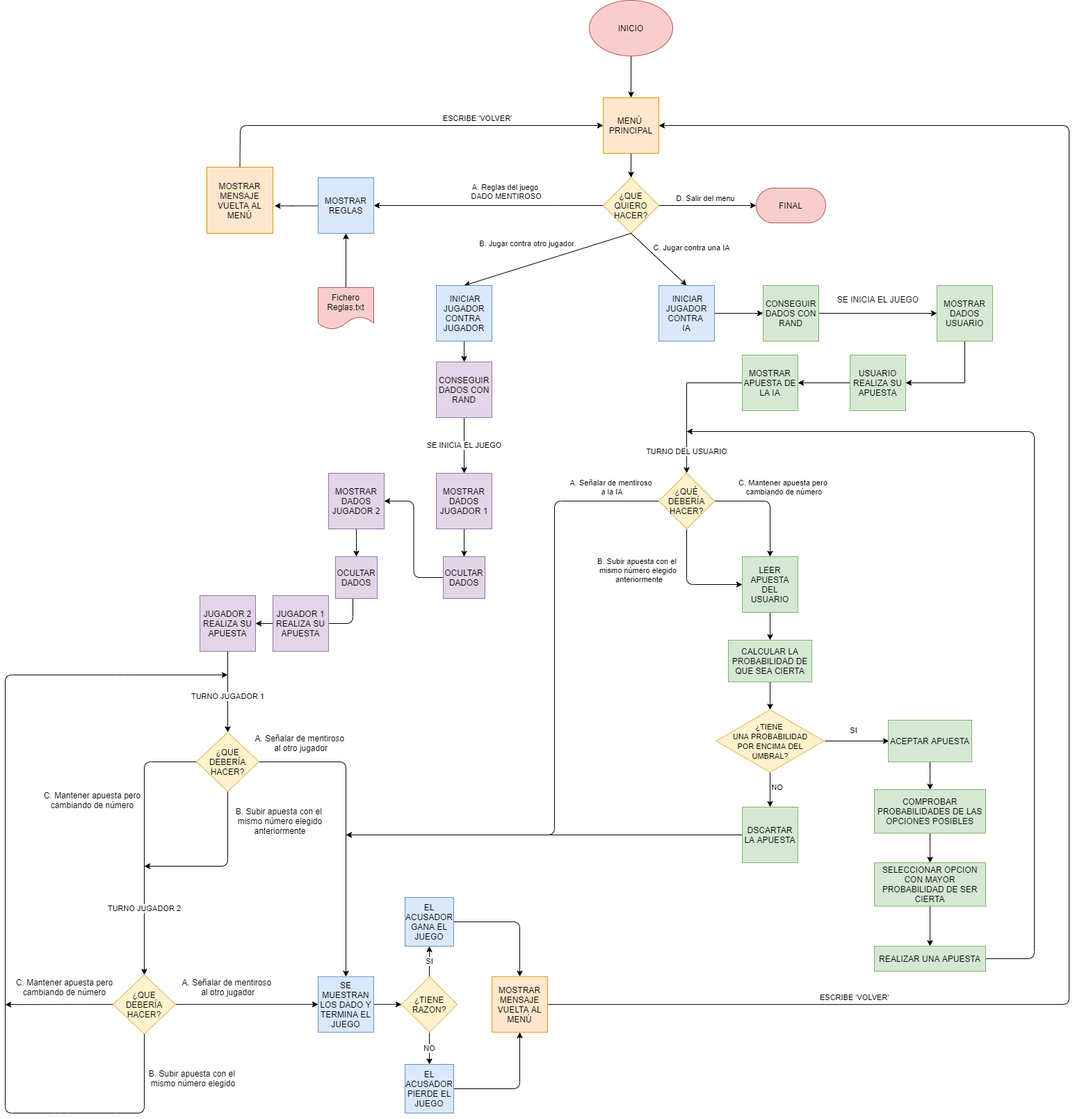
Above: DIAGRAMA DE FLUJO PROVISIONAL/Diagrama de flujo.png in aigora/twIE_2021-proyecto_dado_mentiroso_2021 (draw.io), before the change. Source tidied: cells renumbered, new cells last; positions are measured from the earlier drawing's top-left corner, leaving out a move shared by most shapes.
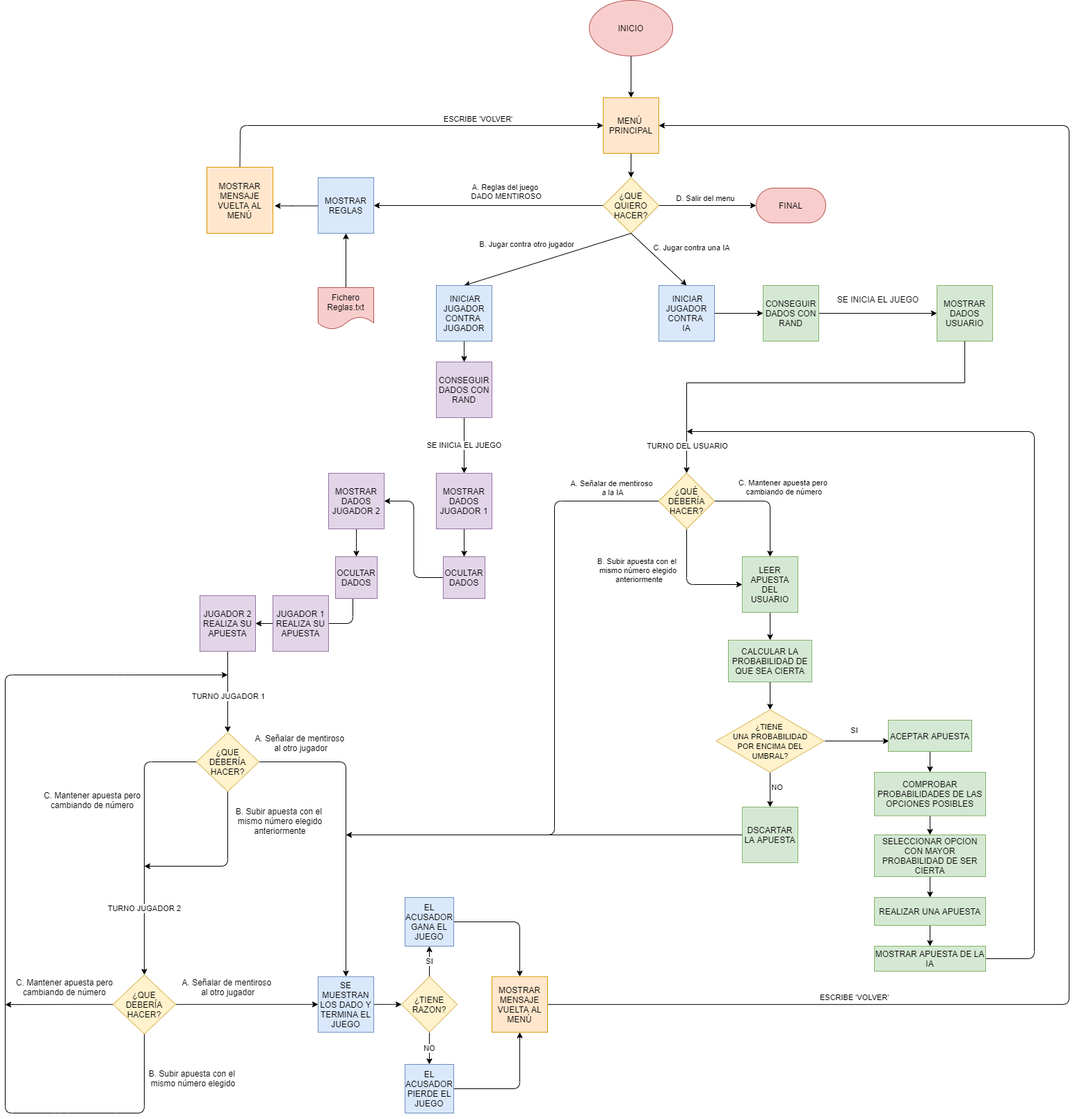
Later version of the same file.

Commit message:
Diagrama de flujo

Pequeña corrección.

The edit, as a diff of the source:
```diff
@@ -343,19 +343,21 @@
     <mxCell id="80" value="DSCARTAR LA APUESTA" style="whiteSpace=wrap;html=1;fillColor=#d5e8d4;strokeColor=#82b366;" parent="1" vertex="1">
       <mxGeometry x="1060" y="1160" width="80" height="80" as="geometry" />
     </mxCell>
-    <mxCell id="81" style="edgeStyle=orthogonalEdgeStyle;rounded=0;jettySize=auto;html=1;" parent="1" edge="1" source="82" target="84">
-      <mxGeometry relative="1" as="geometry" />
+    <mxCell id="81" style="edgeStyle=orthogonalEdgeStyle;rounded=0;jettySize=auto;html=1;" parent="1" edge="1" source="82">
+      <mxGeometry relative="1" as="geometry">
+        <mxPoint x="1330" y="1110" as="targetPoint" />
+      </mxGeometry>
     </mxCell>
     <mxCell id="82" value="ACEPTAR APUESTA" style="rounded=0;whiteSpace=wrap;html=1;fillColor=#d5e8d4;strokeColor=#82b366;" parent="1" vertex="1">
-      <mxGeometry x="1270" y="1035" width="120" height="60" as="geometry" />
+      <mxGeometry x="1270" y="1035" width="120" height="45" as="geometry" />
     </mxCell>
     <mxCell id="83" style="edgeStyle=orthogonalEdgeStyle;rounded=0;jettySize=auto;html=1;" parent="1" edge="1" source="84">
       <mxGeometry relative="1" as="geometry">
-        <mxPoint x="1330" y="1240" as="targetPoint" />
+        <mxPoint x="1330" y="1200" as="targetPoint" />
       </mxGeometry>
     </mxCell>
     <mxCell id="84" value="COMPROBAR PROBABILIDADES DE LAS OPCIONES POSIBLES" style="rounded=0;whiteSpace=wrap;html=1;fillColor=#d5e8d4;strokeColor=#82b366;" parent="1" vertex="1">
-      <mxGeometry x="1250" y="1135" width="160" height="62.5" as="geometry" />
+      <mxGeometry x="1250" y="1110" width="160" height="62.5" as="geometry" />
     </mxCell>
     <mxCell id="85" style="edgeStyle=orthogonalEdgeStyle;rounded=1;jettySize=auto;html=1;exitX=1;exitY=0.5;exitDx=0;exitDy=0;" parent="1" edge="1" source="86">
       <mxGeometry relative="1" as="geometry">
@@ -366,45 +368,44 @@
         </Array>
       </mxGeometry>
     </mxCell>
-    <mxCell id="86" value="REALIZAR UNA APUESTA" style="rounded=0;whiteSpace=wrap;html=1;fillColor=#d5e8d4;strokeColor=#82b366;" parent="1" vertex="1">
+    <mxCell id="86" value="MOSTRAR APUESTA DE LA IA" style="rounded=0;whiteSpace=wrap;html=1;fillColor=#d5e8d4;strokeColor=#82b366;" parent="1" vertex="1">
       <mxGeometry x="1250" y="1360" width="160" height="36" as="geometry" />
     </mxCell>
-    <mxCell id="87" style="edgeStyle=orthogonalEdgeStyle;rounded=0;jettySize=auto;html=1;endArrow=classic;endFill=1;exitX=0.5;exitY=1;exitDx=0;exitDy=0;" parent="1" edge="1" source="88" target="86">
-      <mxGeometry relative="1" as="geometry" />
+    <mxCell id="87" style="edgeStyle=orthogonalEdgeStyle;rounded=0;jettySize=auto;html=1;endArrow=classic;endFill=1;exitX=0.5;exitY=1;exitDx=0;exitDy=0;" parent="1" edge="1" source="88">
+      <mxGeometry relative="1" as="geometry">
+        <mxPoint x="1330" y="1290" as="targetPoint" />
+      </mxGeometry>
     </mxCell>
     <mxCell id="88" value="SELECCIONAR OPCION CON MAYOR PROBABILIDAD DE SER CIERTA" style="rounded=0;whiteSpace=wrap;html=1;fillColor=#d5e8d4;strokeColor=#82b366;" parent="1" vertex="1">
-      <mxGeometry x="1250" y="1240" width="160" height="62.5" as="geometry" />
+      <mxGeometry x="1250" y="1200" width="160" height="60" as="geometry" />
     </mxCell>
     <mxCell id="89" value="¿QUE DEBERÍA HACER?" style="rhombus;whiteSpace=wrap;html=1;fillColor=#fff2cc;strokeColor=#d6b656;" parent="1" vertex="1">
       <mxGeometry x="155" y="1401.2" width="90" height="85" as="geometry" />
     </mxCell>
-    <mxCell id="90" style="edgeStyle=orthogonalEdgeStyle;rounded=0;jettySize=auto;html=1;entryX=1;entryY=0.5;entryDx=0;entryDy=0;endArrow=classic;endFill=1;" parent="1" edge="1" source="91" target="94">
-      <mxGeometry relative="1" as="geometry">
-        <Array as="points">
-          <mxPoint x="1380" y="550" />
-        </Array>
-      </mxGeometry>
-    </mxCell>
     <mxCell id="91" value="MOSTRAR DADOS USUARIO" style="rounded=0;whiteSpace=wrap;html=1;fillColor=#d5e8d4;strokeColor=#82b366;" parent="1" vertex="1">
       <mxGeometry x="1340" y="410" width="80" height="80" as="geometry" />
     </mxCell>
     <mxCell id="92" value="&lt;span style=&quot;background-color: rgb(255 , 255 , 255)&quot;&gt;SE INICIA EL JUEGO&lt;/span&gt;" style="text;html=1;align=center;verticalAlign=middle;" parent="1" vertex="1">
       <mxGeometry x="1190" y="420" width="130" height="20" as="geometry" />
     </mxCell>
-    <mxCell id="93" style="edgeStyle=orthogonalEdgeStyle;rounded=0;jettySize=auto;html=1;entryX=1;entryY=0.5;entryDx=0;entryDy=0;endArrow=classic;endFill=1;" parent="1" edge="1" source="94" target="97">
-      <mxGeometry relative="1" as="geometry" />
-    </mxCell>
-    <mxCell id="94" value="USUARIO REALIZA SU APUESTA" style="rounded=0;whiteSpace=wrap;html=1;fillColor=#d5e8d4;strokeColor=#82b366;" parent="1" vertex="1">
-      <mxGeometry x="1215" y="510" width="80" height="80" as="geometry" />
-    </mxCell>
-    <mxCell id="95" style="edgeStyle=orthogonalEdgeStyle;rounded=0;jettySize=auto;html=1;entryX=0.5;entryY=0;entryDx=0;entryDy=0;endArrow=classic;endFill=1;" parent="1" edge="1" source="97" target="71">
-      <mxGeometry relative="1" as="geometry" />
+    <mxCell id="95" style="edgeStyle=orthogonalEdgeStyle;rounded=0;jettySize=auto;html=1;entryX=0.5;entryY=0;entryDx=0;entryDy=0;endArrow=classic;endFill=1;exitX=0.5;exitY=1;exitDx=0;exitDy=0;" parent="1" edge="1" source="91" target="71">
+      <mxGeometry relative="1" as="geometry">
+        <Array as="points">
+          <mxPoint x="1380" y="550" />
+          <mxPoint x="980" y="550" />
+        </Array>
+      </mxGeometry>
     </mxCell>
     <mxCell id="96" value="TURNO DEL USUARIO" style="edgeLabel;html=1;align=center;verticalAlign=middle;" parent="95" vertex="1">
-      <mxGeometry x="0.71" relative="1" as="geometry" />
+      <mxGeometry x="0.71" relative="1" as="geometry">
+        <mxPoint y="47" as="offset" />
+      </mxGeometry>
     </mxCell>
-    <mxCell id="97" value="MOSTRAR APUESTA DE LA IA" style="rounded=0;whiteSpace=wrap;html=1;fillColor=#d5e8d4;strokeColor=#82b366;" parent="1" vertex="1">
-      <mxGeometry x="1060" y="510" width="80" height="80" as="geometry" />
-    </mxCell>
+    <mxCell id="98" style="edgeStyle=orthogonalEdgeStyle;rounded=0;jettySize=auto;html=1;" parent="1" edge="1" source="99" target="86">
+      <mxGeometry relative="1" as="geometry" />
+    </mxCell>
+    <mxCell id="99" value="REALIZAR UNA APUESTA" style="rounded=0;whiteSpace=wrap;html=1;fillColor=#d5e8d4;strokeColor=#82b366;" parent="1" vertex="1">
+      <mxGeometry x="1250" y="1290" width="160" height="40" as="geometry" />
+    </mxCell>
   </root>
 </mxGraphModel>
```
